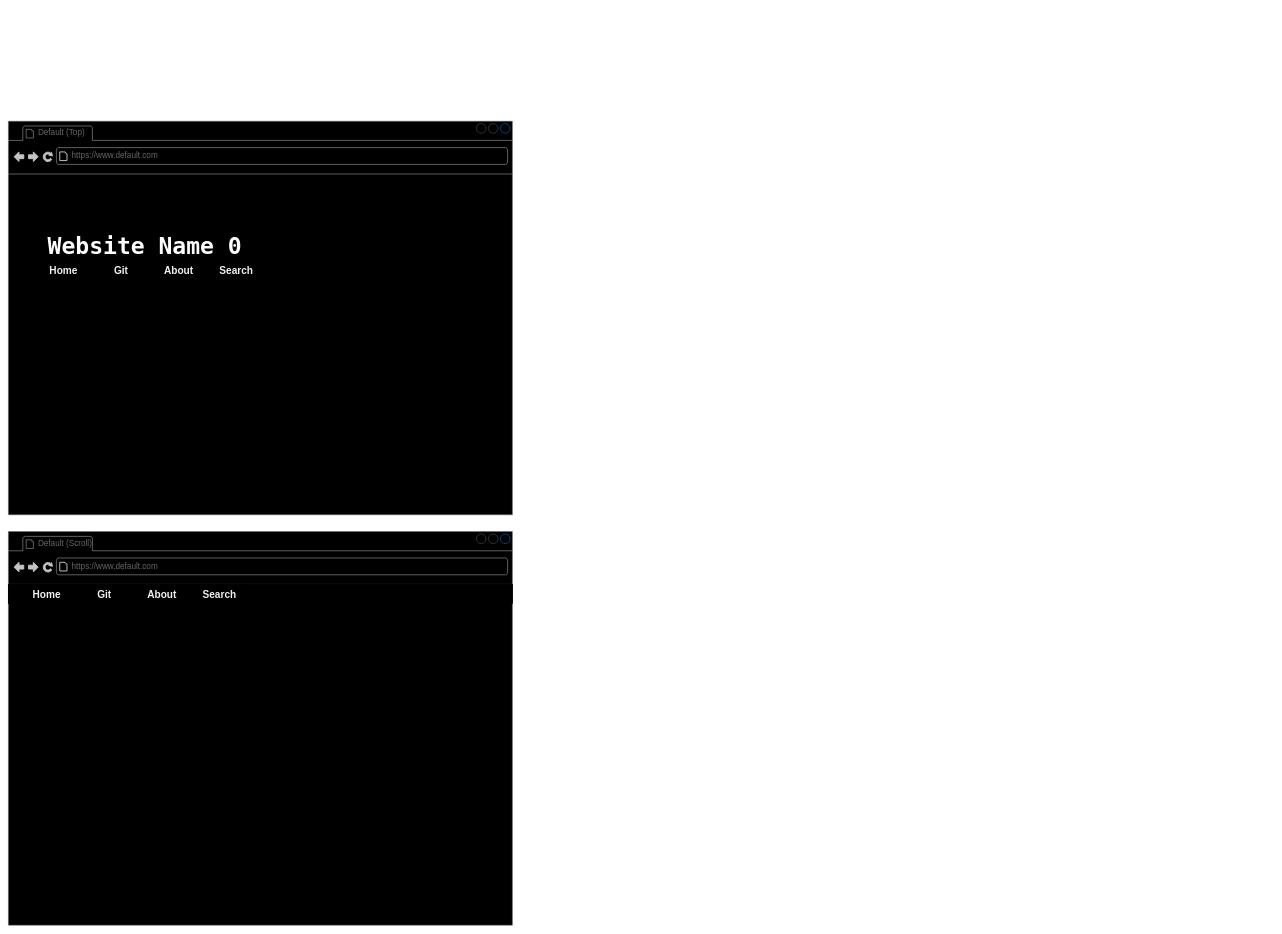
Above: page "Default" (1 of 4) of docs/diagrams/wireframe.drawio in Kvan7/congenial-octo-disco (draw.io), before the change. Source tidied: cells renumbered, new cells numbered last; positions are measured from the earlier drawing's top-left corner, leaving out a move shared by most shapes. Both pictures are drawn from the tidied source at 48%, with x=0, y=0 at pixel (8, 121).
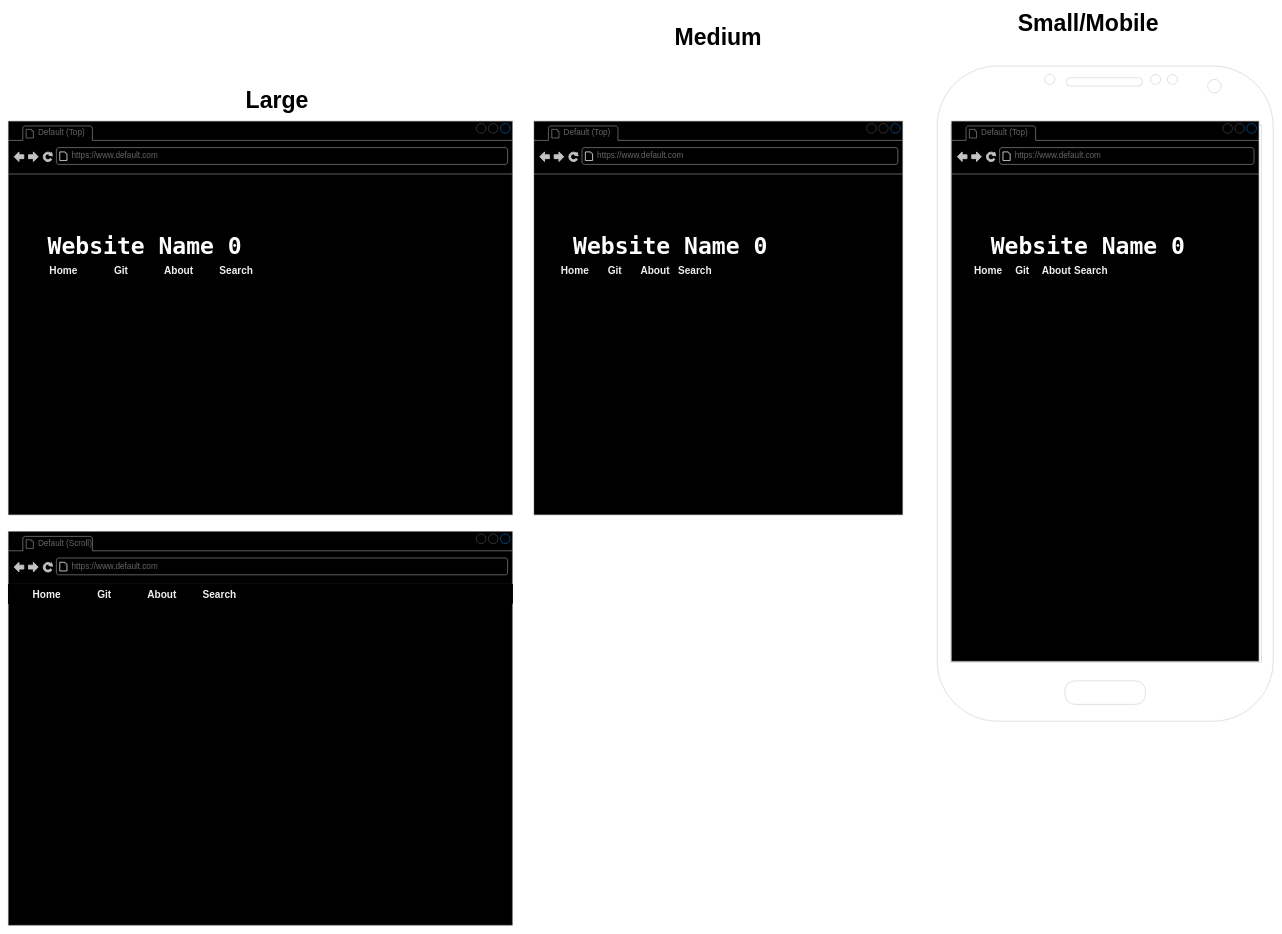
The same page after the edit.

The edit, as a diff of the source:
```diff
@@
+    <mxCell id="21" style="verticalLabelPosition=bottom;verticalAlign=top;html=1;shadow=0;dashed=0;strokeWidth=1;shape=mxgraph.android.phone2;strokeColor=#c0c0c0;fontSize=48;" parent="1" vertex="1">
+      <mxGeometry x="1935" y="-115" width="700" height="1365" as="geometry" />
+    </mxCell>
@@
+    <mxCell id="22" value="Large" style="text;html=1;strokeColor=none;fillColor=none;align=center;verticalAlign=middle;whiteSpace=wrap;rounded=0;fontSize=48;fontStyle=1;" parent="1" vertex="1">
+      <mxGeometry x="405" y="-75" width="310" height="60" as="geometry" />
+    </mxCell>
+    <mxCell id="23" value="Medium" style="text;html=1;strokeColor=none;fillColor=none;align=center;verticalAlign=middle;whiteSpace=wrap;rounded=0;fontSize=48;fontStyle=1;" parent="1" vertex="1">
+      <mxGeometry x="1324" y="-205" width="310" height="60" as="geometry" />
+    </mxCell>
+    <mxCell id="24" style="strokeWidth=1;shadow=0;dashed=0;align=center;html=1;shape=mxgraph.mockup.containers.browserWindow;rSize=0;strokeColor=none;mainText=,;rounded=0;labelBackgroundColor=none;fontFamily=Verdana;fontSize=12;fillColor=#000000;" parent="1" vertex="1">
+      <mxGeometry x="1095" width="768" height="820" as="geometry" />
+    </mxCell>
+    <mxCell id="25" value="Default (Top)" style="strokeWidth=1;shadow=0;dashed=0;align=center;html=1;shape=mxgraph.mockup.containers.anchor;fontSize=17;fontColor=#666666;align=left;" parent="24" vertex="1">
+      <mxGeometry x="60" y="12" width="110" height="26" as="geometry" />
+    </mxCell>
+    <mxCell id="26" value="https://www.default.com" style="strokeWidth=1;shadow=0;dashed=0;align=center;html=1;shape=mxgraph.mockup.containers.anchor;rSize=0;fontSize=17;fontColor=#666666;align=left;" parent="24" vertex="1">
+      <mxGeometry x="130" y="60" width="250" height="26" as="geometry" />
+    </mxCell>
+    <mxCell id="27" value="&lt;b&gt;Website Name 0&lt;/b&gt;" style="text;html=1;align=left;verticalAlign=top;spacingTop=-4;fontSize=48;fontFamily=Lucida Console;fontColor=#FFFFFF;" parent="24" vertex="1">
+      <mxGeometry x="80" y="230" width="440" height="60" as="geometry" />
+    </mxCell>
+    <mxCell id="28" style="group;fillColor=#000000;strokeColor=default;fontColor=#F0F0F0;" parent="24" vertex="1">
+      <mxGeometry x="20" y="290" width="700" height="40" as="geometry" />
+    </mxCell>
+    <mxCell id="29" style="rounded=1;whiteSpace=wrap;html=1;labelBackgroundColor=none;fillStyle=solid;fontSize=21;strokeColor=default;strokeWidth=0;fillColor=#000000;fontColor=#F0F0F0;" parent="28" vertex="1">
+      <mxGeometry width="700" height="40" as="geometry" />
+    </mxCell>
+    <mxCell id="30" value="Home" style="rounded=0;whiteSpace=wrap;html=1;labelBackgroundColor=none;fillStyle=solid;fontSize=21;strokeColor=default;strokeWidth=1;fillColor=#000000;fontColor=#F0F0F0;fontStyle=1;" parent="28" vertex="1">
+      <mxGeometry x="24.3" width="83.2" height="40" as="geometry" />
+    </mxCell>
+    <mxCell id="31" value="Git" style="rounded=0;whiteSpace=wrap;html=1;labelBackgroundColor=none;fillStyle=solid;fontSize=21;strokeColor=default;strokeWidth=1;fillColor=#000000;fontColor=#F0F0F0;fontStyle=1;" parent="28" vertex="1">
+      <mxGeometry x="107.4" width="83.2" height="40" as="geometry" />
+    </mxCell>
+    <mxCell id="32" value="About" style="rounded=0;whiteSpace=wrap;html=1;labelBackgroundColor=none;fillStyle=solid;fontSize=21;strokeColor=default;strokeWidth=1;fillColor=#000000;fontColor=#F0F0F0;fontStyle=1;" parent="28" vertex="1">
+      <mxGeometry x="190.6" width="83.2" height="40" as="geometry" />
+    </mxCell>
+    <mxCell id="33" value="Search" style="rounded=0;whiteSpace=wrap;html=1;labelBackgroundColor=none;fillStyle=solid;fontSize=21;strokeColor=default;strokeWidth=1;fillColor=#000000;fontColor=#F0F0F0;fontStyle=1;" parent="28" vertex="1">
+      <mxGeometry x="273.8" width="83.2" height="40" as="geometry" />
+    </mxCell>
+    <mxCell id="34" style="strokeWidth=1;shadow=0;dashed=0;align=center;html=1;shape=mxgraph.mockup.containers.browserWindow;rSize=0;strokeColor=none;mainText=,;rounded=0;labelBackgroundColor=none;fontFamily=Verdana;fontSize=12;fillColor=#000000;" parent="1" vertex="1">
+      <mxGeometry x="1965" width="640" height="1125" as="geometry" />
+    </mxCell>
+    <mxCell id="35" value="Default (Top)" style="strokeWidth=1;shadow=0;dashed=0;align=center;html=1;shape=mxgraph.mockup.containers.anchor;fontSize=17;fontColor=#666666;align=left;" parent="34" vertex="1">
+      <mxGeometry x="60" y="12" width="110" height="26" as="geometry" />
+    </mxCell>
+    <mxCell id="36" value="https://www.default.com" style="strokeWidth=1;shadow=0;dashed=0;align=center;html=1;shape=mxgraph.mockup.containers.anchor;rSize=0;fontSize=17;fontColor=#666666;align=left;" parent="34" vertex="1">
+      <mxGeometry x="130" y="60" width="250" height="26" as="geometry" />
+    </mxCell>
+    <mxCell id="37" value="&lt;b&gt;Website Name 0&lt;/b&gt;" style="text;html=1;align=left;verticalAlign=top;spacingTop=-4;fontSize=48;fontFamily=Lucida Console;fontColor=#FFFFFF;" parent="34" vertex="1">
+      <mxGeometry x="80" y="230" width="440" height="60" as="geometry" />
+    </mxCell>
+    <mxCell id="38" style="group;fillColor=#000000;strokeColor=default;fontColor=#F0F0F0;" parent="34" vertex="1">
+      <mxGeometry x="20" y="290" width="600" height="40" as="geometry" />
+    </mxCell>
+    <mxCell id="39" style="rounded=1;whiteSpace=wrap;html=1;labelBackgroundColor=none;fillStyle=solid;fontSize=21;strokeColor=default;strokeWidth=0;fillColor=#000000;fontColor=#F0F0F0;" parent="38" vertex="1">
+      <mxGeometry width="600" height="40" as="geometry" />
+    </mxCell>
+    <mxCell id="40" value="Home" style="rounded=0;whiteSpace=wrap;html=1;labelBackgroundColor=none;fillStyle=solid;fontSize=21;strokeColor=default;strokeWidth=1;fillColor=#000000;fontColor=#F0F0F0;fontStyle=1;" parent="38" vertex="1">
+      <mxGeometry x="20.8" width="71.3" height="40" as="geometry" />
+    </mxCell>
+    <mxCell id="41" value="Git" style="rounded=0;whiteSpace=wrap;html=1;labelBackgroundColor=none;fillStyle=solid;fontSize=21;strokeColor=default;strokeWidth=1;fillColor=#000000;fontColor=#F0F0F0;fontStyle=1;" parent="38" vertex="1">
+      <mxGeometry x="92.1" width="71.3" height="40" as="geometry" />
+    </mxCell>
+    <mxCell id="42" value="About" style="rounded=0;whiteSpace=wrap;html=1;labelBackgroundColor=none;fillStyle=solid;fontSize=21;strokeColor=default;strokeWidth=1;fillColor=#000000;fontColor=#F0F0F0;fontStyle=1;" parent="38" vertex="1">
+      <mxGeometry x="163.4" width="71.3" height="40" as="geometry" />
+    </mxCell>
+    <mxCell id="43" value="Search" style="rounded=0;whiteSpace=wrap;html=1;labelBackgroundColor=none;fillStyle=solid;fontSize=21;strokeColor=default;strokeWidth=1;fillColor=#000000;fontColor=#F0F0F0;fontStyle=1;" parent="38" vertex="1">
+      <mxGeometry x="234.7" width="71.3" height="40" as="geometry" />
+    </mxCell>
+    <mxCell id="44" value="Small/Mobile" style="text;html=1;strokeColor=none;fillColor=none;align=center;verticalAlign=middle;whiteSpace=wrap;rounded=0;fontSize=48;fontStyle=1;" parent="1" vertex="1">
+      <mxGeometry x="2095" y="-235" width="310" height="60" as="geometry" />
+    </mxCell>
```
